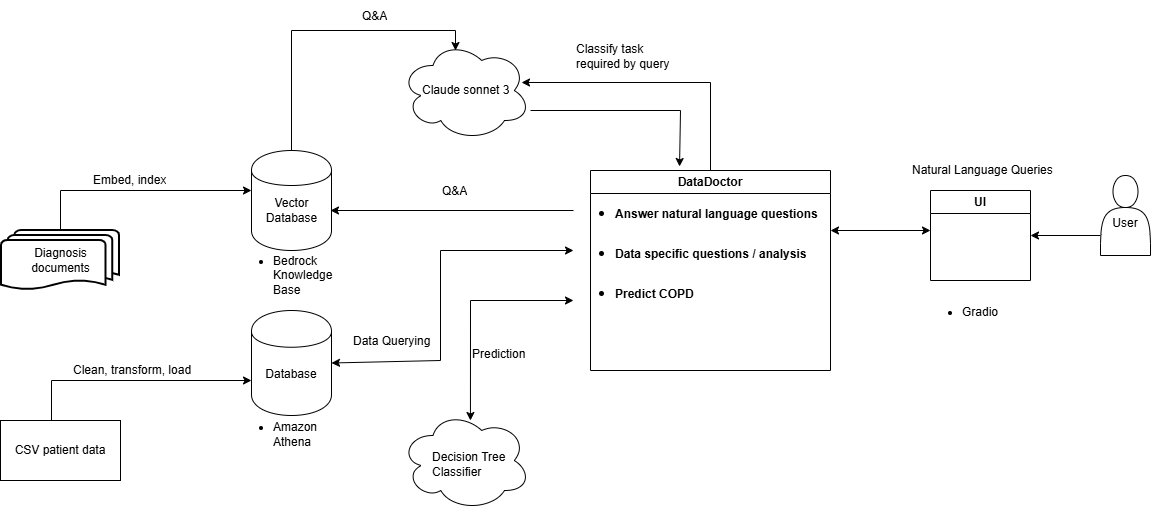
Before: figures/datadoctor.png, a diagram exported from draw.io (luisfmsonegrao/MedicalBot). Source tidied: cells renumbered, new cells last; positions are measured from the earlier drawing's top-left corner, leaving out a move shared by most shapes. The source it was exported from:
```xml
<mxGraphModel>
  <root>
    <mxCell id="0" />
    <mxCell id="1" parent="0" />
    <mxCell id="2" style="group;" parent="1" vertex="1">
      <mxGeometry x="280" y="300" width="160" height="180" as="geometry" />
    </mxCell>
    <mxCell id="3" style="group;" parent="2" vertex="1">
      <mxGeometry x="-29" y="-150" width="100" height="170" as="geometry" />
    </mxCell>
    <mxCell id="4" style="shape=cylinder;whiteSpace=wrap;html=1;boundedLbl=1;backgroundOutline=1;" parent="3" vertex="1">
      <mxGeometry width="80" height="100" as="geometry" />
    </mxCell>
    <mxCell id="5" value="Vector Database" style="text;html=1;align=center;verticalAlign=middle;whiteSpace=wrap;rounded=0;" parent="3" vertex="1">
      <mxGeometry x="7.5" y="40" width="65" height="40" as="geometry" />
    </mxCell>
    <mxCell id="6" value="&lt;ul&gt;&lt;li&gt;Bedrock Knowledge Base&lt;/li&gt;&lt;/ul&gt;" style="text;strokeColor=none;fillColor=none;html=1;whiteSpace=wrap;verticalAlign=middle;overflow=hidden;" parent="3" vertex="1">
      <mxGeometry x="-20" y="80" width="120" height="90" as="geometry" />
    </mxCell>
    <mxCell id="7" style="shape=cylinder;whiteSpace=wrap;html=1;boundedLbl=1;backgroundOutline=1;" parent="2" vertex="1">
      <mxGeometry x="-29" y="10" width="80" height="105" as="geometry" />
    </mxCell>
    <mxCell id="8" value="Database" style="text;html=1;align=center;verticalAlign=middle;whiteSpace=wrap;rounded=0;" parent="2" vertex="1">
      <mxGeometry x="-17.9" y="50" width="57.8" height="47.5" as="geometry" />
    </mxCell>
    <mxCell id="9" value="&lt;ul&gt;&lt;li&gt;Amazon Athena&lt;/li&gt;&lt;/ul&gt;" style="text;strokeColor=none;fillColor=none;html=1;whiteSpace=wrap;verticalAlign=middle;overflow=hidden;" parent="2" vertex="1">
      <mxGeometry x="-49" y="90" width="120" height="87.5" as="geometry" />
    </mxCell>
    <mxCell id="10" style="group;" parent="2" vertex="1">
      <mxGeometry x="-279" y="-70" width="118" height="60" as="geometry" />
    </mxCell>
    <mxCell id="11" style="strokeWidth=2;html=1;shape=mxgraph.flowchart.multi-document;whiteSpace=wrap;" parent="10" vertex="1">
      <mxGeometry width="118" height="60" as="geometry" />
    </mxCell>
    <mxCell id="12" value="Diagnosis documents" style="text;html=1;align=center;verticalAlign=middle;whiteSpace=wrap;rounded=0;" parent="10" vertex="1">
      <mxGeometry x="26.5" y="10" width="65" height="40" as="geometry" />
    </mxCell>
    <mxCell id="13" value="CSV patient data" style="rounded=0;whiteSpace=wrap;html=1;" parent="2" vertex="1">
      <mxGeometry x="-280" y="120" width="120" height="60" as="geometry" />
    </mxCell>
    <mxCell id="14" style="edgeStyle=orthogonalEdgeStyle;rounded=0;jettySize=auto;html=1;exitX=0.5;exitY=0;exitDx=0;exitDy=0;exitPerimeter=0;" parent="2" edge="1" source="11">
      <mxGeometry relative="1" as="geometry">
        <mxPoint x="-29" y="-110" as="targetPoint" />
        <Array as="points">
          <mxPoint x="-220" y="-110" />
        </Array>
      </mxGeometry>
    </mxCell>
    <mxCell id="15" value="Embed, index" style="text;strokeColor=none;fillColor=none;html=1;whiteSpace=wrap;verticalAlign=middle;overflow=hidden;" parent="2" vertex="1">
      <mxGeometry x="-189" y="-130" width="120" height="20" as="geometry" />
    </mxCell>
    <mxCell id="16" style="edgeStyle=orthogonalEdgeStyle;rounded=0;orthogonalLoop=1;jettySize=auto;html=1;exitX=0.5;exitY=0;exitDx=0;exitDy=0;exitPerimeter=0;" parent="2" edge="1">
      <mxGeometry relative="1" as="geometry">
        <mxPoint x="-229" y="120" as="sourcePoint" />
        <mxPoint x="-29" y="80" as="targetPoint" />
        <Array as="points">
          <mxPoint x="-229" y="80" />
        </Array>
      </mxGeometry>
    </mxCell>
    <mxCell id="17" value="Clean, transform, load" style="text;strokeColor=none;fillColor=none;html=1;whiteSpace=wrap;verticalAlign=middle;overflow=hidden;" parent="2" vertex="1">
      <mxGeometry x="-209" y="60" width="130" height="20" as="geometry" />
    </mxCell>
    <mxCell id="18" value="&lt;div&gt;Data Querying&lt;/div&gt;" style="text;strokeColor=none;fillColor=none;html=1;whiteSpace=wrap;verticalAlign=middle;overflow=hidden;" parent="2" vertex="1">
      <mxGeometry x="71" y="25" width="80" height="32.5" as="geometry" />
    </mxCell>
    <mxCell id="19" style="edgeStyle=orthogonalEdgeStyle;rounded=0;jettySize=auto;html=1;exitX=0.5;exitY=0;exitDx=0;exitDy=0;entryX=0.931;entryY=0.42;entryDx=0;entryDy=0;entryPerimeter=0;" parent="1" edge="1" source="20" target="26">
      <mxGeometry relative="1" as="geometry">
        <Array as="points">
          <mxPoint x="710" y="82" />
        </Array>
      </mxGeometry>
    </mxCell>
    <mxCell id="20" value="DataDoctor" style="swimlane;whiteSpace=wrap;html=1;" parent="1" vertex="1">
      <mxGeometry x="590" y="170" width="240" height="200" as="geometry" />
    </mxCell>
    <mxCell id="21" value="&lt;h1 style=&quot;margin-top: 0px;&quot;&gt;&lt;ul&gt;&lt;li&gt;&lt;font style=&quot;font-size: 12px;&quot;&gt;Answer natural language questions&lt;/font&gt;&lt;/li&gt;&lt;/ul&gt;&lt;/h1&gt;" style="text;html=1;whiteSpace=wrap;overflow=hidden;rounded=0;fontSize=8;" parent="20" vertex="1">
      <mxGeometry x="-17" y="10" width="247" height="60" as="geometry" />
    </mxCell>
    <mxCell id="22" value="&lt;h1 style=&quot;margin-top: 0px;&quot;&gt;&lt;ul&gt;&lt;li&gt;&lt;font style=&quot;font-size: 12px;&quot;&gt;Data specific questions / analysis&lt;/font&gt;&lt;/li&gt;&lt;/ul&gt;&lt;/h1&gt;" style="text;html=1;whiteSpace=wrap;overflow=hidden;rounded=0;fontSize=8;" parent="20" vertex="1">
      <mxGeometry x="-17" y="50" width="247" height="40" as="geometry" />
    </mxCell>
    <mxCell id="23" value="&lt;h1 style=&quot;margin-top: 0px;&quot;&gt;&lt;ul&gt;&lt;li&gt;&lt;font style=&quot;font-size: 12px;&quot;&gt;Predict COPD&lt;/font&gt;&lt;/li&gt;&lt;/ul&gt;&lt;/h1&gt;" style="text;html=1;whiteSpace=wrap;overflow=hidden;rounded=0;fontSize=8;" parent="20" vertex="1">
      <mxGeometry x="-17" y="90" width="247" height="40" as="geometry" />
    </mxCell>
    <mxCell id="24" style="ellipse;shape=cloud;whiteSpace=wrap;html=1;" parent="1" vertex="1">
      <mxGeometry x="400" y="410" width="130" height="100" as="geometry" />
    </mxCell>
    <mxCell id="25" value="&lt;div&gt;Decision Tree Classifier&lt;/div&gt;" style="text;strokeColor=none;fillColor=none;html=1;whiteSpace=wrap;verticalAlign=middle;overflow=hidden;" parent="1" vertex="1">
      <mxGeometry x="430" y="447.5" width="100" height="32.5" as="geometry" />
    </mxCell>
    <mxCell id="26" style="ellipse;shape=cloud;whiteSpace=wrap;html=1;" parent="1" vertex="1">
      <mxGeometry x="400" y="40" width="130" height="100" as="geometry" />
    </mxCell>
    <mxCell id="27" style="edgeStyle=orthogonalEdgeStyle;rounded=0;jettySize=auto;html=1;entryX=0.371;entryY=-0.02;entryDx=0;entryDy=0;entryPerimeter=0;" parent="1" edge="1" target="20">
      <mxGeometry relative="1" as="geometry">
        <mxPoint x="530" y="110" as="sourcePoint" />
        <Array as="points">
          <mxPoint x="680" y="110" />
        </Array>
      </mxGeometry>
    </mxCell>
    <mxCell id="28" value="&lt;div&gt;Claude sonnet 3&lt;/div&gt;" style="text;strokeColor=none;fillColor=none;html=1;whiteSpace=wrap;verticalAlign=middle;overflow=hidden;" parent="1" vertex="1">
      <mxGeometry x="420" y="50" width="140" height="80" as="geometry" />
    </mxCell>
    <mxCell id="29" value="&lt;div&gt;&lt;br&gt;&lt;/div&gt;User" style="shape=actor;whiteSpace=wrap;html=1;" parent="1" vertex="1">
      <mxGeometry x="1100" y="175" width="50" height="80" as="geometry" />
    </mxCell>
    <mxCell id="30" value="Natural Language Queries" style="text;strokeColor=none;fillColor=none;html=1;whiteSpace=wrap;verticalAlign=middle;overflow=hidden;" parent="1" vertex="1">
      <mxGeometry x="910" y="150" width="160" height="40" as="geometry" />
    </mxCell>
    <mxCell id="31" value="UI" style="swimlane;whiteSpace=wrap;html=1;" parent="1" vertex="1">
      <mxGeometry x="930" y="190" width="100" height="90" as="geometry" />
    </mxCell>
    <mxCell id="32" style="endArrow=classic;html=1;rounded=0;exitX=0;exitY=0.75;exitDx=0;exitDy=0;entryX=1;entryY=0.5;entryDx=0;entryDy=0;" parent="1" edge="1" source="29" target="31">
      <mxGeometry relative="1" as="geometry" />
    </mxCell>
    <mxCell id="33" style="endArrow=classic;startArrow=classic;html=1;rounded=0;" parent="1" edge="1">
      <mxGeometry relative="1" as="geometry">
        <mxPoint x="830" y="230" as="sourcePoint" />
        <mxPoint x="930" y="230" as="targetPoint" />
      </mxGeometry>
    </mxCell>
    <mxCell id="34" value="&lt;ul&gt;&lt;li&gt;Gradio&lt;/li&gt;&lt;/ul&gt;" style="text;strokeColor=none;fillColor=none;html=1;whiteSpace=wrap;verticalAlign=middle;overflow=hidden;" parent="1" vertex="1">
      <mxGeometry x="920" y="290" width="90" height="35" as="geometry" />
    </mxCell>
    <mxCell id="35" value="&lt;div&gt;Classify task required by query&lt;/div&gt;" style="text;strokeColor=none;fillColor=none;html=1;whiteSpace=wrap;verticalAlign=middle;overflow=hidden;" parent="1" vertex="1">
      <mxGeometry x="574" y="40" width="100" height="32.5" as="geometry" />
    </mxCell>
    <mxCell id="36" value="&lt;div&gt;Q&amp;amp;A&lt;/div&gt;" style="text;strokeColor=none;fillColor=none;html=1;whiteSpace=wrap;verticalAlign=middle;overflow=hidden;" parent="1" vertex="1">
      <mxGeometry x="440" y="175" width="30" height="32.5" as="geometry" />
    </mxCell>
    <mxCell id="37" style="edgeStyle=orthogonalEdgeStyle;rounded=0;jettySize=auto;html=1;" parent="1" edge="1" source="21">
      <mxGeometry relative="1" as="geometry">
        <mxPoint x="330" y="210" as="targetPoint" />
      </mxGeometry>
    </mxCell>
    <mxCell id="38" style="edgeStyle=orthogonalEdgeStyle;rounded=0;jettySize=auto;html=1;exitX=0.5;exitY=0;exitDx=0;exitDy=0;entryX=0.25;entryY=0;entryDx=0;entryDy=0;" parent="1" edge="1" source="4" target="28">
      <mxGeometry relative="1" as="geometry" />
    </mxCell>
    <mxCell id="39" value="&lt;div&gt;Q&amp;amp;A&lt;/div&gt;" style="text;strokeColor=none;fillColor=none;html=1;whiteSpace=wrap;verticalAlign=middle;overflow=hidden;" parent="1" vertex="1">
      <mxGeometry x="360" width="30" height="32.5" as="geometry" />
    </mxCell>
    <mxCell id="40" style="endArrow=classic;startArrow=classic;html=1;rounded=0;entryX=0;entryY=1;entryDx=0;entryDy=0;exitX=0.538;exitY=0.1;exitDx=0;exitDy=0;exitPerimeter=0;" parent="1" edge="1" source="24" target="23">
      <mxGeometry relative="1" as="geometry">
        <Array as="points">
          <mxPoint x="470" y="300" />
        </Array>
      </mxGeometry>
    </mxCell>
    <mxCell id="41" style="endArrow=classic;startArrow=classic;html=1;rounded=0;entryX=0;entryY=0.75;entryDx=0;entryDy=0;exitX=1;exitY=0.5;exitDx=0;exitDy=0;" parent="1" edge="1" source="7" target="22">
      <mxGeometry relative="1" as="geometry">
        <Array as="points">
          <mxPoint x="440" y="360" />
          <mxPoint x="440" y="250" />
        </Array>
      </mxGeometry>
    </mxCell>
    <mxCell id="42" value="&lt;div&gt;Prediction&lt;/div&gt;" style="text;strokeColor=none;fillColor=none;html=1;whiteSpace=wrap;verticalAlign=middle;overflow=hidden;" parent="1" vertex="1">
      <mxGeometry x="470" y="337.5" width="80" height="32.5" as="geometry" />
    </mxCell>
  </root>
</mxGraphModel>
```
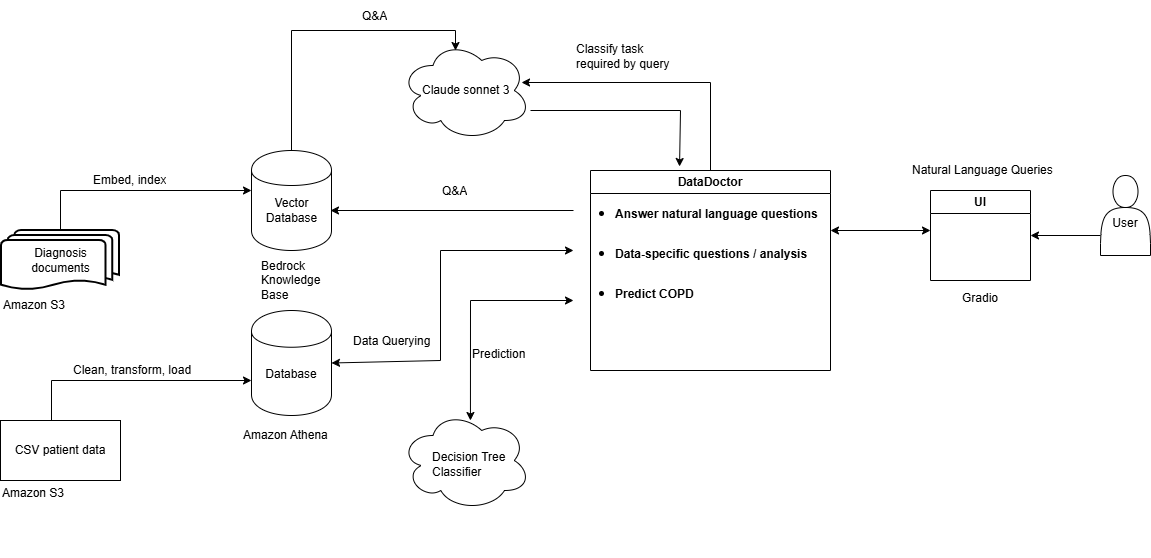
After the commit.

The edit, as a diff of the source:
```diff
@@ -3,7 +3,7 @@
     <mxCell id="0" />
     <mxCell id="1" parent="0" />
     <mxCell id="2" style="group;" parent="1" vertex="1">
-      <mxGeometry x="280" y="300" width="160" height="180" as="geometry" />
+      <mxGeometry x="280" y="300" width="160" height="257.5" as="geometry" />
     </mxCell>
     <mxCell id="3" style="group;" parent="2" vertex="1">
       <mxGeometry x="-29" y="-150" width="100" height="170" as="geometry" />
@@ -14,8 +14,8 @@
     <mxCell id="5" value="Vector Database" style="text;html=1;align=center;verticalAlign=middle;whiteSpace=wrap;rounded=0;" parent="3" vertex="1">
       <mxGeometry x="7.5" y="40" width="65" height="40" as="geometry" />
     </mxCell>
-    <mxCell id="6" value="&lt;ul&gt;&lt;li&gt;Bedrock Knowledge Base&lt;/li&gt;&lt;/ul&gt;" style="text;strokeColor=none;fillColor=none;html=1;whiteSpace=wrap;verticalAlign=middle;overflow=hidden;" parent="3" vertex="1">
-      <mxGeometry x="-20" y="80" width="120" height="90" as="geometry" />
+    <mxCell id="6" value="&lt;div&gt;Bedrock Knowledge Base&lt;/div&gt;" style="text;strokeColor=none;fillColor=none;html=1;whiteSpace=wrap;verticalAlign=middle;overflow=hidden;" parent="3" vertex="1">
+      <mxGeometry x="7.5" y="100" width="80" height="60" as="geometry" />
     </mxCell>
     <mxCell id="7" style="shape=cylinder;whiteSpace=wrap;html=1;boundedLbl=1;backgroundOutline=1;" parent="2" vertex="1">
       <mxGeometry x="-29" y="10" width="80" height="105" as="geometry" />
@@ -23,11 +23,11 @@
     <mxCell id="8" value="Database" style="text;html=1;align=center;verticalAlign=middle;whiteSpace=wrap;rounded=0;" parent="2" vertex="1">
       <mxGeometry x="-17.9" y="50" width="57.8" height="47.5" as="geometry" />
     </mxCell>
-    <mxCell id="9" value="&lt;ul&gt;&lt;li&gt;Amazon Athena&lt;/li&gt;&lt;/ul&gt;" style="text;strokeColor=none;fillColor=none;html=1;whiteSpace=wrap;verticalAlign=middle;overflow=hidden;" parent="2" vertex="1">
-      <mxGeometry x="-49" y="90" width="120" height="87.5" as="geometry" />
+    <mxCell id="9" value="&lt;div&gt;Amazon Athena&lt;/div&gt;" style="text;strokeColor=none;fillColor=none;html=1;whiteSpace=wrap;verticalAlign=middle;overflow=hidden;" parent="2" vertex="1">
+      <mxGeometry x="-39" y="120" width="120" height="30" as="geometry" />
     </mxCell>
     <mxCell id="10" style="group;" parent="2" vertex="1">
-      <mxGeometry x="-279" y="-70" width="118" height="60" as="geometry" />
+      <mxGeometry x="-279" y="-70" width="120" height="90" as="geometry" />
     </mxCell>
     <mxCell id="11" style="strokeWidth=2;html=1;shape=mxgraph.flowchart.multi-document;whiteSpace=wrap;" parent="10" vertex="1">
       <mxGeometry width="118" height="60" as="geometry" />
@@ -35,6 +35,9 @@
     <mxCell id="12" value="Diagnosis documents" style="text;html=1;align=center;verticalAlign=middle;whiteSpace=wrap;rounded=0;" parent="10" vertex="1">
       <mxGeometry x="26.5" y="10" width="65" height="40" as="geometry" />
     </mxCell>
+    <mxCell id="43" value="&lt;div&gt;Amazon S3&lt;/div&gt;" style="text;strokeColor=none;fillColor=none;html=1;whiteSpace=wrap;verticalAlign=middle;overflow=hidden;" parent="10" vertex="1">
+      <mxGeometry y="60" width="120" height="30" as="geometry" />
+    </mxCell>
     <mxCell id="13" value="CSV patient data" style="rounded=0;whiteSpace=wrap;html=1;" parent="2" vertex="1">
       <mxGeometry x="-280" y="120" width="120" height="60" as="geometry" />
     </mxCell>
@@ -77,7 +80,7 @@
     <mxCell id="21" value="&lt;h1 style=&quot;margin-top: 0px;&quot;&gt;&lt;ul&gt;&lt;li&gt;&lt;font style=&quot;font-size: 12px;&quot;&gt;Answer natural language questions&lt;/font&gt;&lt;/li&gt;&lt;/ul&gt;&lt;/h1&gt;" style="text;html=1;whiteSpace=wrap;overflow=hidden;rounded=0;fontSize=8;" parent="20" vertex="1">
       <mxGeometry x="-17" y="10" width="247" height="60" as="geometry" />
     </mxCell>
-    <mxCell id="22" value="&lt;h1 style=&quot;margin-top: 0px;&quot;&gt;&lt;ul&gt;&lt;li&gt;&lt;font style=&quot;font-size: 12px;&quot;&gt;Data specific questions / analysis&lt;/font&gt;&lt;/li&gt;&lt;/ul&gt;&lt;/h1&gt;" style="text;html=1;whiteSpace=wrap;overflow=hidden;rounded=0;fontSize=8;" parent="20" vertex="1">
+    <mxCell id="22" value="&lt;h1 style=&quot;margin-top: 0px;&quot;&gt;&lt;ul&gt;&lt;li&gt;&lt;font style=&quot;font-size: 12px;&quot;&gt;Data-specific questions / analysis&lt;/font&gt;&lt;/li&gt;&lt;/ul&gt;&lt;/h1&gt;" style="text;html=1;whiteSpace=wrap;overflow=hidden;rounded=0;fontSize=8;" parent="20" vertex="1">
       <mxGeometry x="-17" y="50" width="247" height="40" as="geometry" />
     </mxCell>
     <mxCell id="23" value="&lt;h1 style=&quot;margin-top: 0px;&quot;&gt;&lt;ul&gt;&lt;li&gt;&lt;font style=&quot;font-size: 12px;&quot;&gt;Predict COPD&lt;/font&gt;&lt;/li&gt;&lt;/ul&gt;&lt;/h1&gt;" style="text;html=1;whiteSpace=wrap;overflow=hidden;rounded=0;fontSize=8;" parent="20" vertex="1">
@@ -121,8 +124,8 @@
         <mxPoint x="930" y="230" as="targetPoint" />
       </mxGeometry>
     </mxCell>
-    <mxCell id="34" value="&lt;ul&gt;&lt;li&gt;Gradio&lt;/li&gt;&lt;/ul&gt;" style="text;strokeColor=none;fillColor=none;html=1;whiteSpace=wrap;verticalAlign=middle;overflow=hidden;" parent="1" vertex="1">
-      <mxGeometry x="920" y="290" width="90" height="35" as="geometry" />
+    <mxCell id="34" value="&lt;div&gt;Gradio&lt;/div&gt;" style="text;strokeColor=none;fillColor=none;html=1;whiteSpace=wrap;verticalAlign=middle;overflow=hidden;" parent="1" vertex="1">
+      <mxGeometry x="960" y="280" width="50" height="35" as="geometry" />
     </mxCell>
     <mxCell id="35" value="&lt;div&gt;Classify task required by query&lt;/div&gt;" style="text;strokeColor=none;fillColor=none;html=1;whiteSpace=wrap;verticalAlign=middle;overflow=hidden;" parent="1" vertex="1">
       <mxGeometry x="574" y="40" width="100" height="32.5" as="geometry" />
@@ -159,5 +162,8 @@
     <mxCell id="42" value="&lt;div&gt;Prediction&lt;/div&gt;" style="text;strokeColor=none;fillColor=none;html=1;whiteSpace=wrap;verticalAlign=middle;overflow=hidden;" parent="1" vertex="1">
       <mxGeometry x="470" y="337.5" width="80" height="32.5" as="geometry" />
     </mxCell>
+    <mxCell id="44" value="&lt;div&gt;Amazon S3&lt;/div&gt;" style="text;strokeColor=none;fillColor=none;html=1;whiteSpace=wrap;verticalAlign=middle;overflow=hidden;" parent="1" vertex="1">
+      <mxGeometry y="477.5" width="120" height="30" as="geometry" />
+    </mxCell>
   </root>
 </mxGraphModel>
```
